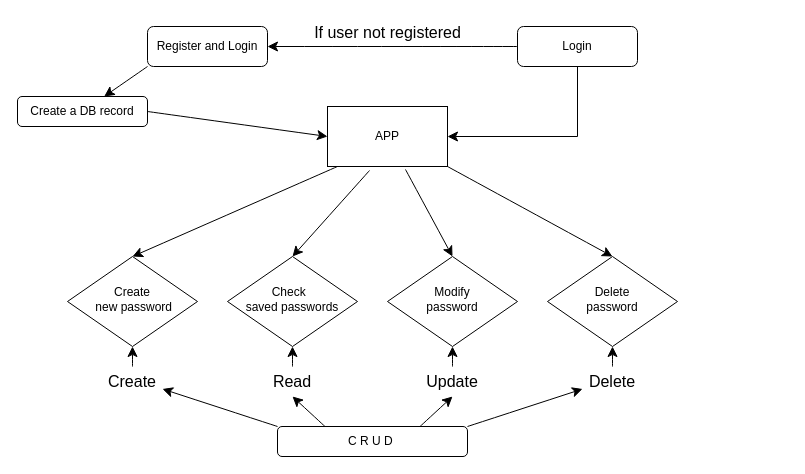
Earlier version of the draw.io diagram Project-Diagram.drawio (SpellboundCoder/PrivatePassSafe). Source tidied: cells renumbered, new cells numbered last; positions are measured from the earlier drawing's top-left corner, leaving out a move shared by most shapes. Both pictures are drawn from the tidied source at 100%, with x=0, y=0 at pixel (17, 17).
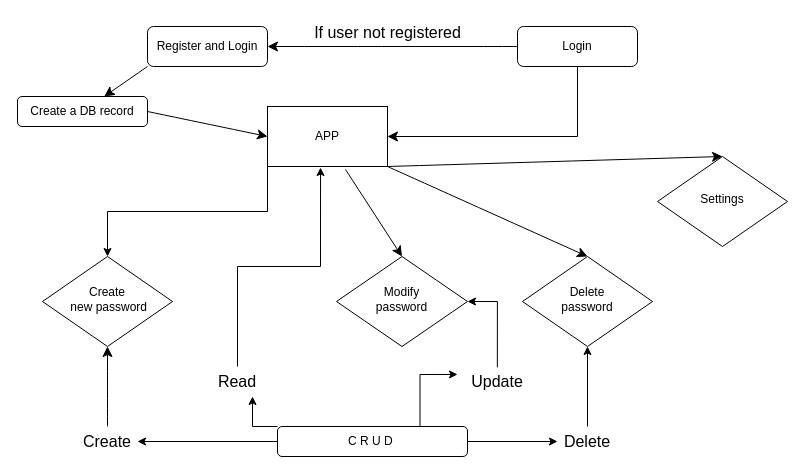
The same diagram, later.

The change refers to these unchanged cells:
```xml
<mxCell id="31" value="C R U D&amp;nbsp;" style="rounded=1;whiteSpace=wrap;html=1;" parent="1" vertex="1">
  <mxGeometry x="260" y="409" width="190" height="30" as="geometry" />
</mxCell>
```

What changed in the source:
```diff
@@
-    <mxCell id="6" style="edgeStyle=none;curved=1;rounded=0;jettySize=auto;html=1;exitX=0.35;exitY=1.067;exitDx=0;exitDy=0;entryX=0.5;entryY=0;entryDx=0;entryDy=0;fontSize=12;startSize=8;endSize=8;exitPerimeter=0;" parent="1" edge="1" source="10" target="12">
+    <mxCell id="6" style="edgeStyle=none;curved=1;rounded=0;jettySize=auto;html=1;exitX=1;exitY=1;exitDx=0;exitDy=0;entryX=0.5;entryY=0;entryDx=0;entryDy=0;fontSize=12;startSize=8;endSize=8;" parent="1" edge="1" source="10" target="12">
       <mxGeometry relative="1" as="geometry" />
     </mxCell>
@@
-    <mxCell id="8" style="edgeStyle=none;curved=1;rounded=0;jettySize=auto;html=1;exitX=0;exitY=1;exitDx=0;exitDy=0;entryX=0.5;entryY=0;entryDx=0;entryDy=0;fontSize=12;startSize=8;endSize=8;" parent="1" edge="1" target="11">
-      <mxGeometry relative="1" as="geometry">
-        <mxPoint x="320" y="149" as="sourcePoint" />
-      </mxGeometry>
-    </mxCell>
@@
+    <mxCell id="32" style="edgeStyle=orthogonalEdgeStyle;rounded=0;jettySize=auto;html=1;exitX=0;exitY=1;exitDx=0;exitDy=0;entryX=0.5;entryY=0;entryDx=0;entryDy=0;" parent="1" edge="1" source="10" target="11">
+      <mxGeometry relative="1" as="geometry" />
+    </mxCell>
     <mxCell id="10" value="APP" style="rounded=0;whiteSpace=wrap;html=1;" parent="1" vertex="1">
-      <mxGeometry x="310" y="89" width="120" height="60" as="geometry" />
+      <mxGeometry x="250" y="89" width="120" height="60" as="geometry" />
     </mxCell>
     <mxCell id="11" value="&lt;div&gt;Create&lt;/div&gt;&lt;div&gt;&amp;nbsp;new password&lt;/div&gt;" style="rhombus;whiteSpace=wrap;html=1;shadow=0;fontFamily=Helvetica;fontSize=12;align=center;strokeWidth=1;spacing=6;spacingTop=-4;" parent="1" vertex="1">
-      <mxGeometry x="50" y="239" width="130" height="90" as="geometry" />
+      <mxGeometry x="25" y="239" width="130" height="90" as="geometry" />
     </mxCell>
-    <mxCell id="12" value="Check&amp;nbsp;&amp;nbsp;&lt;div&gt;saved passwords&lt;/div&gt;" style="rhombus;whiteSpace=wrap;html=1;shadow=0;fontFamily=Helvetica;fontSize=12;align=center;strokeWidth=1;spacing=6;spacingTop=-4;" parent="1" vertex="1">
-      <mxGeometry x="210" y="239" width="130" height="90" as="geometry" />
+    <mxCell id="12" value="Settings" style="rhombus;whiteSpace=wrap;html=1;shadow=0;fontFamily=Helvetica;fontSize=12;align=center;strokeWidth=1;spacing=6;spacingTop=-4;" parent="1" vertex="1">
+      <mxGeometry x="640" y="139" width="130" height="90" as="geometry" />
     </mxCell>
     <mxCell id="13" value="&lt;div&gt;Modify&lt;/div&gt;&lt;div&gt;password&lt;/div&gt;" style="rhombus;whiteSpace=wrap;html=1;shadow=0;fontFamily=Helvetica;fontSize=12;align=center;strokeWidth=1;spacing=6;spacingTop=-4;" parent="1" vertex="1">
-      <mxGeometry x="370" y="239" width="130" height="90" as="geometry" />
+      <mxGeometry x="319" y="239" width="131" height="90" as="geometry" />
     </mxCell>
     <mxCell id="14" value="Delete&lt;div&gt;password&lt;/div&gt;" style="rhombus;whiteSpace=wrap;html=1;shadow=0;fontFamily=Helvetica;fontSize=12;align=center;strokeWidth=1;spacing=6;spacingTop=-4;" parent="1" vertex="1">
-      <mxGeometry x="530" y="239" width="130" height="90" as="geometry" />
+      <mxGeometry x="505" y="239" width="130" height="90" as="geometry" />
     </mxCell>
@@
     <mxCell id="20" value="Create" style="text;html=1;align=center;verticalAlign=middle;whiteSpace=wrap;rounded=0;fontSize=16;" parent="1" vertex="1">
-      <mxGeometry x="85" y="349" width="60" height="30" as="geometry" />
+      <mxGeometry x="60" y="409" width="60" height="30" as="geometry" />
     </mxCell>
-    <mxCell id="21" style="edgeStyle=none;curved=1;rounded=0;jettySize=auto;html=1;entryX=0.5;entryY=1;entryDx=0;entryDy=0;fontSize=12;startSize=8;endSize=8;" parent="1" edge="1" source="22" target="12">
-      <mxGeometry relative="1" as="geometry" />
-    </mxCell>
+    <mxCell id="33" style="edgeStyle=orthogonalEdgeStyle;rounded=0;jettySize=auto;html=1;exitX=0.5;exitY=0;exitDx=0;exitDy=0;entryX=0.442;entryY=1.017;entryDx=0;entryDy=0;entryPerimeter=0;" parent="1" edge="1" source="22" target="10">
+      <mxGeometry relative="1" as="geometry" />
+    </mxCell>
     <mxCell id="22" value="Read" style="text;html=1;align=center;verticalAlign=middle;whiteSpace=wrap;rounded=0;fontSize=16;" parent="1" vertex="1">
-      <mxGeometry x="245" y="349" width="60" height="30" as="geometry" />
+      <mxGeometry x="190" y="349" width="60" height="30" as="geometry" />
     </mxCell>
-    <mxCell id="23" style="edgeStyle=none;curved=1;rounded=0;jettySize=auto;html=1;entryX=0.5;entryY=1;entryDx=0;entryDy=0;fontSize=12;startSize=8;endSize=8;" parent="1" edge="1" source="24" target="13">
+    <mxCell id="23" style="edgeStyle=orthogonalEdgeStyle;rounded=0;jettySize=auto;html=1;exitX=0.5;exitY=0;exitDx=0;exitDy=0;entryX=1;entryY=0.5;entryDx=0;entryDy=0;" parent="1" edge="1" source="24" target="13">
       <mxGeometry relative="1" as="geometry" />
     </mxCell>
-    <mxCell id="24" value="Update" style="text;html=1;align=center;verticalAlign=middle;whiteSpace=wrap;rounded=0;fontSize=16;" parent="1" vertex="1">
-      <mxGeometry x="405" y="349" width="60" height="30" as="geometry" />
+    <mxCell id="24" value="Update" style="text;html=1;align=center;verticalAlign=middle;whiteSpace=wrap;rounded=0;fontSize=16;rotation=0;" parent="1" vertex="1">
+      <mxGeometry x="440" y="349.9" width="79.7" height="28.2" as="geometry" />
     </mxCell>
-    <mxCell id="25" style="edgeStyle=none;curved=1;rounded=0;jettySize=auto;html=1;exitX=0.5;exitY=0;exitDx=0;exitDy=0;entryX=0.5;entryY=1;entryDx=0;entryDy=0;fontSize=12;startSize=8;endSize=8;" parent="1" edge="1" source="26" target="14">
+    <mxCell id="25" style="edgeStyle=orthogonalEdgeStyle;rounded=0;jettySize=auto;html=1;" parent="1" edge="1" source="26" target="14">
       <mxGeometry relative="1" as="geometry" />
     </mxCell>
     <mxCell id="26" value="Delete" style="text;html=1;align=center;verticalAlign=middle;whiteSpace=wrap;rounded=0;fontSize=16;" parent="1" vertex="1">
-      <mxGeometry x="565" y="349" width="60" height="30" as="geometry" />
+      <mxGeometry x="540" y="409" width="60" height="30" as="geometry" />
     </mxCell>
+    <mxCell id="30" style="edgeStyle=orthogonalEdgeStyle;rounded=0;jettySize=auto;html=1;exitX=1;exitY=0.5;exitDx=0;exitDy=0;" parent="1" edge="1" source="31" target="26">
+      <mxGeometry relative="1" as="geometry" />
+    </mxCell>
-    <mxCell id="27" style="edgeStyle=none;curved=1;rounded=0;jettySize=auto;html=1;exitX=0;exitY=0;exitDx=0;exitDy=0;entryX=1;entryY=0.75;entryDx=0;entryDy=0;fontSize=12;startSize=8;endSize=8;" parent="1" edge="1" source="31" target="20">
+    <mxCell id="27" style="edgeStyle=orthogonalEdgeStyle;rounded=0;jettySize=auto;html=1;exitX=0;exitY=0.5;exitDx=0;exitDy=0;" parent="1" edge="1" source="31" target="20">
       <mxGeometry relative="1" as="geometry" />
     </mxCell>
-    <mxCell id="28" style="edgeStyle=none;curved=1;rounded=0;jettySize=auto;html=1;exitX=0.25;exitY=0;exitDx=0;exitDy=0;entryX=0.5;entryY=1;entryDx=0;entryDy=0;fontSize=12;startSize=8;endSize=8;" parent="1" edge="1" source="31" target="22">
+    <mxCell id="28" style="edgeStyle=orthogonalEdgeStyle;rounded=0;jettySize=auto;html=1;exitX=0;exitY=0;exitDx=0;exitDy=0;entryX=0.75;entryY=1;entryDx=0;entryDy=0;" parent="1" edge="1" source="31" target="22">
       <mxGeometry relative="1" as="geometry" />
     </mxCell>
-    <mxCell id="29" style="edgeStyle=none;curved=1;rounded=0;jettySize=auto;html=1;exitX=0.75;exitY=0;exitDx=0;exitDy=0;entryX=0.5;entryY=1;entryDx=0;entryDy=0;fontSize=12;startSize=8;endSize=8;" parent="1" edge="1" source="31" target="24">
+    <mxCell id="29" style="edgeStyle=orthogonalEdgeStyle;rounded=0;jettySize=auto;html=1;exitX=0.75;exitY=0;exitDx=0;exitDy=0;entryX=0;entryY=0.25;entryDx=0;entryDy=0;" parent="1" edge="1" source="31" target="24">
       <mxGeometry relative="1" as="geometry" />
     </mxCell>
-    <mxCell id="30" style="edgeStyle=none;curved=1;rounded=0;jettySize=auto;html=1;exitX=1;exitY=0;exitDx=0;exitDy=0;entryX=0;entryY=0.75;entryDx=0;entryDy=0;fontSize=12;startSize=8;endSize=8;" parent="1" edge="1" source="31" target="26">
-      <mxGeometry relative="1" as="geometry" />
-    </mxCell>
```
